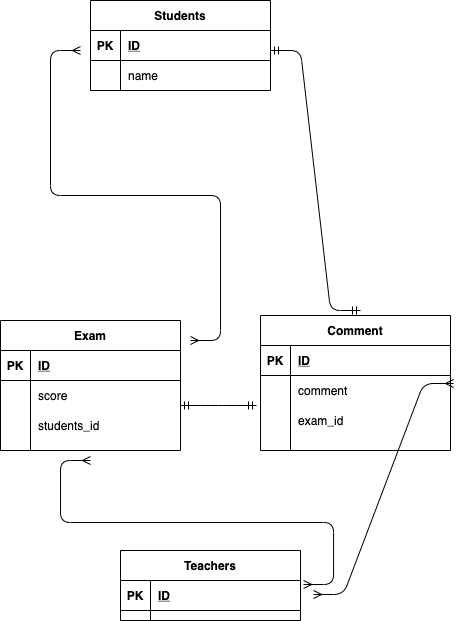
Above: er.drawio.png in miki42white/ER-test (draw.io), before the change. Source tidied: cells renumbered, new cells last; positions are measured from the earlier drawing's top-left corner, leaving out a move shared by most shapes.
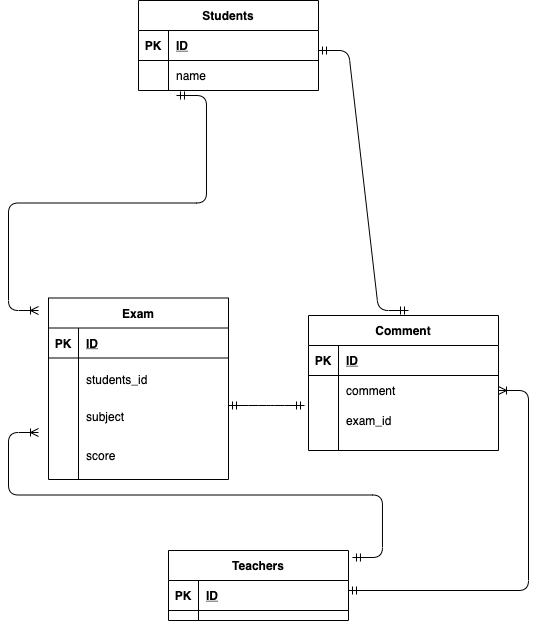
Later version of the same file.

What changed in the source:
```diff
@@ -24,7 +24,7 @@
       <mxGeometry x="30" width="150" height="30" as="geometry" />
     </mxCell>
     <mxCell id="9" value="Exam" style="shape=table;startSize=30;rowLines=0;fontStyle=1;align=center;" parent="1" vertex="1">
-      <mxGeometry y="320" width="180" height="130" as="geometry" />
+      <mxGeometry y="297.5" width="180" height="181.5" as="geometry" />
     </mxCell>
     <mxCell id="10" style="shape=partialRectangle;fillColor=none;top=0;left=0;bottom=1;right=0;" parent="9" vertex="1">
       <mxGeometry y="30" width="180" height="30" as="geometry" />
@@ -35,24 +35,24 @@
     <mxCell id="12" value="ID" style="shape=partialRectangle;fillColor=none;top=0;left=0;bottom=0;right=0;align=left;spacingLeft=6;fontStyle=5;overflow=hidden;" parent="10" vertex="1">
       <mxGeometry x="30" width="150" height="30" as="geometry" />
     </mxCell>
+    <mxCell id="16" style="shape=partialRectangle;fillColor=none;top=0;left=0;bottom=0;right=0;" parent="9" vertex="1">
+      <mxGeometry y="60" width="180" height="43" as="geometry" />
+    </mxCell>
+    <mxCell id="17" style="shape=partialRectangle;fillColor=none;top=0;left=0;bottom=0;right=0;overflow=hidden;" parent="16" vertex="1">
+      <mxGeometry width="30" height="43" as="geometry" />
+    </mxCell>
+    <mxCell id="18" value="students_id" style="shape=partialRectangle;fillColor=none;top=0;left=0;bottom=0;right=0;align=left;spacingLeft=6;overflow=hidden;" parent="16" vertex="1">
+      <mxGeometry x="30" width="150" height="43" as="geometry" />
+    </mxCell>
     <mxCell id="13" style="shape=partialRectangle;fillColor=none;top=0;left=0;bottom=0;right=0;" parent="9" vertex="1">
-      <mxGeometry y="60" width="180" height="30" as="geometry" />
+      <mxGeometry y="103" width="180" height="30" as="geometry" />
     </mxCell>
     <mxCell id="14" style="shape=partialRectangle;fillColor=none;top=0;left=0;bottom=0;right=0;overflow=hidden;" parent="13" vertex="1">
       <mxGeometry width="30" height="30" as="geometry" />
     </mxCell>
-    <mxCell id="15" value="score" style="shape=partialRectangle;fillColor=none;top=0;left=0;bottom=0;right=0;align=left;spacingLeft=6;overflow=hidden;" parent="13" vertex="1">
+    <mxCell id="15" value="subject" style="shape=partialRectangle;fillColor=none;top=0;left=0;bottom=0;right=0;align=left;spacingLeft=6;overflow=hidden;" parent="13" vertex="1">
       <mxGeometry x="30" width="150" height="30" as="geometry" />
     </mxCell>
-    <mxCell id="16" style="shape=partialRectangle;fillColor=none;top=0;left=0;bottom=0;right=0;" parent="9" vertex="1">
-      <mxGeometry y="90" width="180" height="30" as="geometry" />
-    </mxCell>
-    <mxCell id="17" style="shape=partialRectangle;fillColor=none;top=0;left=0;bottom=0;right=0;overflow=hidden;" parent="16" vertex="1">
-      <mxGeometry width="30" height="30" as="geometry" />
-    </mxCell>
-    <mxCell id="18" value="students_id" style="shape=partialRectangle;fillColor=none;top=0;left=0;bottom=0;right=0;align=left;spacingLeft=6;overflow=hidden;" parent="16" vertex="1">
-      <mxGeometry x="30" width="150" height="30" as="geometry" />
-    </mxCell>
     <mxCell id="19" value="Comment" style="shape=table;startSize=30;rowLines=0;fontStyle=1;align=center;" parent="1" vertex="1">
       <mxGeometry x="260" y="315" width="190" height="135" as="geometry" />
     </mxCell>
@@ -95,33 +95,41 @@
     <mxCell id="32" value="ID" style="shape=partialRectangle;fillColor=none;top=0;left=0;bottom=0;right=0;align=left;spacingLeft=6;fontStyle=5;overflow=hidden;" parent="30" vertex="1">
       <mxGeometry x="30" width="150" height="30" as="geometry" />
     </mxCell>
-    <mxCell id="33" style="edgeStyle=entityRelationEdgeStyle;fontSize=12;html=1;endArrow=ERmany;startArrow=ERmany;exitX=1.017;exitY=0.133;exitDx=0;exitDy=0;exitPerimeter=0;" parent="1" edge="1" source="30">
-      <mxGeometry relative="1" as="geometry">
-        <mxPoint x="90" y="460" as="targetPoint" />
-      </mxGeometry>
-    </mxCell>
     <mxCell id="34" style="edgeStyle=entityRelationEdgeStyle;fontSize=12;html=1;endArrow=ERmandOne;startArrow=ERmandOne;" parent="1" edge="1">
       <mxGeometry relative="1" as="geometry">
         <mxPoint x="180" y="405" as="sourcePoint" />
         <mxPoint x="256" y="405" as="targetPoint" />
       </mxGeometry>
     </mxCell>
-    <mxCell id="35" style="edgeStyle=entityRelationEdgeStyle;fontSize=12;html=1;endArrow=ERmany;startArrow=ERmany;" parent="1" edge="1">
-      <mxGeometry relative="1" as="geometry">
-        <mxPoint x="190" y="340" as="sourcePoint" />
-        <mxPoint x="80" y="50" as="targetPoint" />
-      </mxGeometry>
-    </mxCell>
     <mxCell id="36" style="edgeStyle=entityRelationEdgeStyle;fontSize=12;html=1;endArrow=ERmandOne;startArrow=ERmandOne;" parent="1" edge="1">
       <mxGeometry relative="1" as="geometry">
         <mxPoint x="270" y="50" as="sourcePoint" />
         <mxPoint x="360" y="310" as="targetPoint" />
       </mxGeometry>
     </mxCell>
-    <mxCell id="37" style="edgeStyle=entityRelationEdgeStyle;fontSize=12;html=1;endArrow=ERmany;startArrow=ERmany;exitX=1.017;exitY=0.133;exitDx=0;exitDy=0;exitPerimeter=0;entryX=1.016;entryY=0.267;entryDx=0;entryDy=0;entryPerimeter=0;" parent="1" edge="1" target="23">
-      <mxGeometry relative="1" as="geometry">
-        <mxPoint x="313.1" y="594" as="sourcePoint" />
-      </mxGeometry>
-    </mxCell>
+    <mxCell id="38" style="shape=partialRectangle;fillColor=none;top=0;left=0;bottom=0;right=0;" parent="1" vertex="1">
+      <mxGeometry y="440" width="180" height="30" as="geometry" />
+    </mxCell>
+    <mxCell id="39" style="shape=partialRectangle;fillColor=none;top=0;left=0;bottom=0;right=0;overflow=hidden;" parent="38" vertex="1">
+      <mxGeometry width="30" height="30" as="geometry" />
+    </mxCell>
+    <mxCell id="40" value="score" style="shape=partialRectangle;fillColor=none;top=0;left=0;bottom=0;right=0;align=left;spacingLeft=6;overflow=hidden;" parent="38" vertex="1">
+      <mxGeometry x="30" width="150" height="30" as="geometry" />
+    </mxCell>
+    <mxCell id="41" style="edgeStyle=entityRelationEdgeStyle;fontSize=12;html=1;endArrow=ERoneToMany;startArrow=ERmandOne;" parent="1" edge="1" target="23">
+      <mxGeometry relative="1" as="geometry">
+        <mxPoint x="300" y="590" as="sourcePoint" />
+      </mxGeometry>
+    </mxCell>
+    <mxCell id="42" style="edgeStyle=entityRelationEdgeStyle;fontSize=12;html=1;endArrow=ERoneToMany;startArrow=ERmandOne;exitX=1.022;exitY=0.1;exitDx=0;exitDy=0;exitPerimeter=0;" parent="1" edge="1" source="29">
+      <mxGeometry relative="1" as="geometry">
+        <mxPoint x="-10" y="432" as="targetPoint" />
+      </mxGeometry>
+    </mxCell>
+    <mxCell id="43" style="edgeStyle=entityRelationEdgeStyle;fontSize=12;html=1;endArrow=ERoneToMany;startArrow=ERmandOne;exitX=0.211;exitY=1.167;exitDx=0;exitDy=0;exitPerimeter=0;" parent="1" edge="1" source="6">
+      <mxGeometry relative="1" as="geometry">
+        <mxPoint x="-10" y="310" as="targetPoint" />
+      </mxGeometry>
+    </mxCell>
   </root>
 </mxGraphModel>
```
